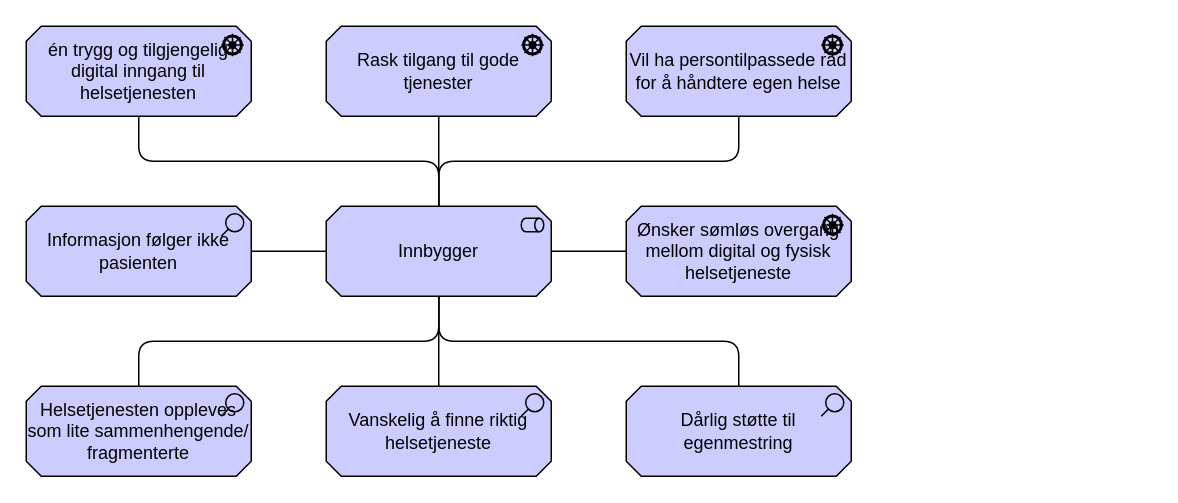
Before: page "innbygger-concern" (1 of 4) of docs/interessent/motivasjon-interessent.drawio in hdir/Digital-Forstelinje, a draw.io diagram. Source tidied: cells renumbered, new cells numbered last; positions are measured from the earlier drawing's top-left corner, leaving out a move shared by most shapes. Both pictures are drawn from the tidied source at 150%, with x=0, y=0 at pixel (26, 26).
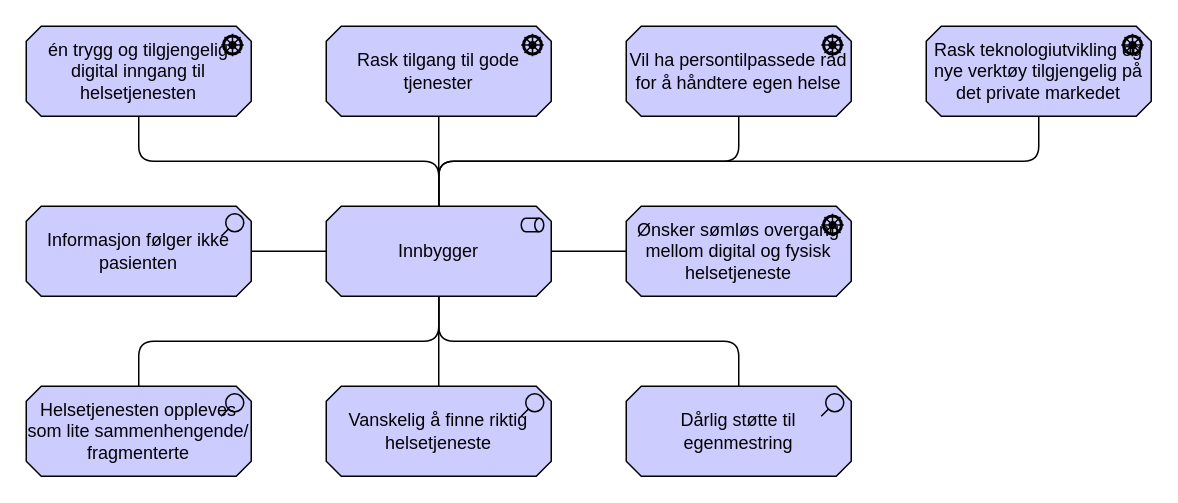
The same page after the edit.

The change refers to these unchanged cells:
```xml
<mxCell id="4" value="Innbygger" style="html=1;outlineConnect=0;whiteSpace=wrap;fillColor=#CCCCFF;shape=mxgraph.archimate3.application;appType=role;archiType=oct;" parent="1" vertex="1">
  <mxGeometry x="200" y="120" width="150" height="60" as="geometry" />
</mxCell>
```

Diff of the diagram source:
```diff
@@
+    <mxCell id="19" value="Rask teknologiutvikling og nye verktøy tilgjengelig på det private markedet" style="html=1;outlineConnect=0;whiteSpace=wrap;fillColor=#CCCCFF;shape=mxgraph.archimate3.application;appType=driver;archiType=oct;" parent="1" vertex="1">
+      <mxGeometry x="600" width="150" height="60" as="geometry" />
+    </mxCell>
+    <mxCell id="20" style="edgeStyle=elbowEdgeStyle;html=1;endArrow=none;elbow=vertical;exitX=0.5;exitY=0;exitDx=0;exitDy=0;exitPerimeter=0;entryX=0.5;entryY=1;entryDx=0;entryDy=0;entryPerimeter=0;" parent="1" edge="1" source="4" target="19">
+      <mxGeometry relative="1" as="geometry" />
+    </mxCell>
```
